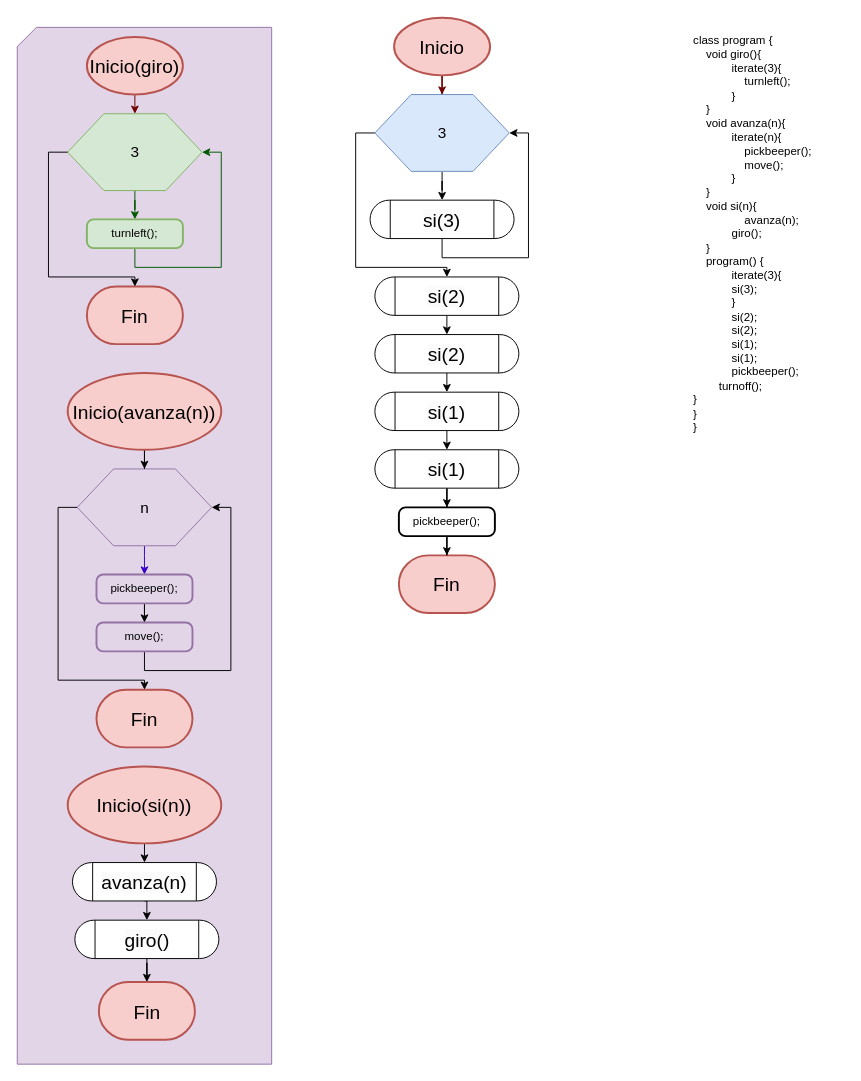
Above: Recoge_cuadroF.drawio in PedroJOH/Ejercicios_karel (draw.io), before the change. Source tidied: cells renumbered, new cells numbered last; positions are measured from the earlier drawing's top-left corner, leaving out a move shared by most shapes. Both pictures are drawn from the tidied source at 96%, with x=0, y=0 at pixel (17, 17).
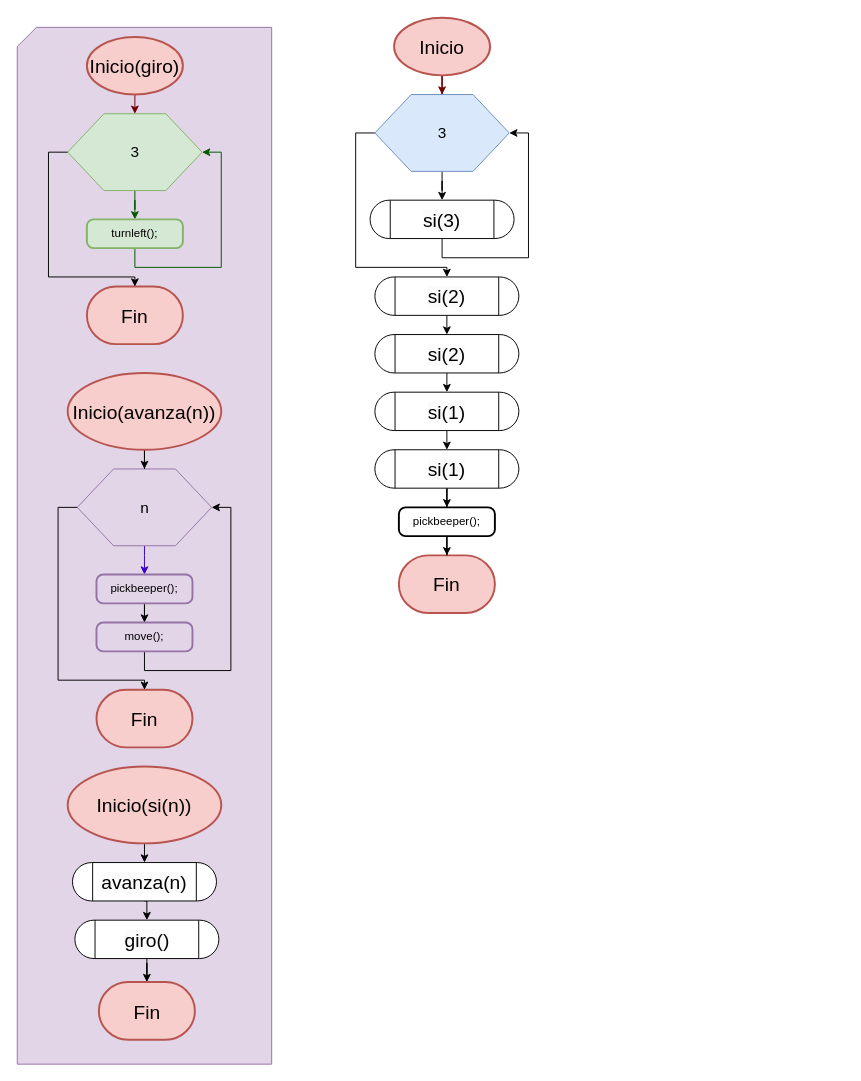
The same page after the edit.

The edit, as a diff of the source:
```diff
@@
-    <mxCell id="25" value="class program {&#10;    void giro(){&#10;            iterate(3){&#10;                turnleft();&#10;            }&#10;    }&#10;    void avanza(n){&#10;            iterate(n){&#10;                pickbeeper();&#10;                move();&#10;            }&#10;    }&#10;    void si(n){&#10;                avanza(n);&#10;            giro();&#10;    }&#10;    program() {&#10;            iterate(3){&#10;            si(3);&#10;            }&#10;            si(2);&#10;            si(2);&#10;            si(1);&#10;            si(1);&#10;            pickbeeper();&#10;        turnoff();&#10;}&#10;}&#10;}" style="text;whiteSpace=wrap;" parent="1" vertex="1">
-      <mxGeometry x="702" y="10" width="160" height="440" as="geometry" />
-    </mxCell>
```
